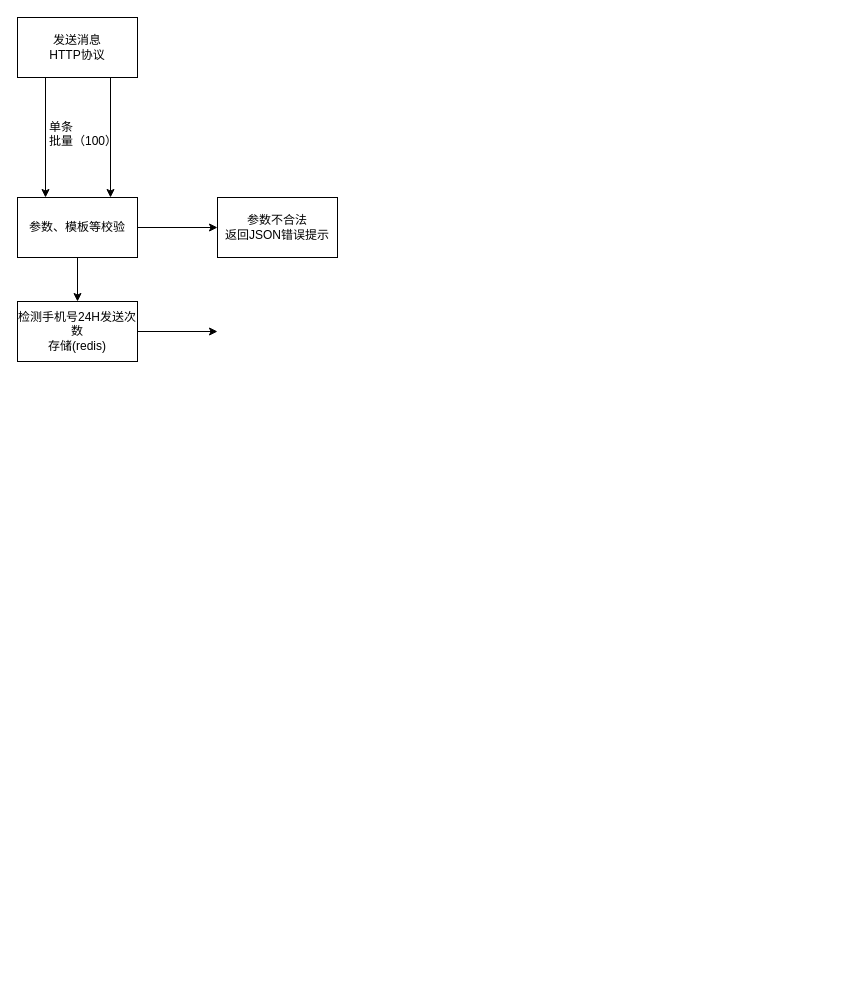
akun87/activity keeps this draw.io diagram as Untitled Diagram.drawio. Above is the earlier version. Source tidied: cells renumbered, new cells numbered last; positions are measured from the earlier drawing's top-left corner, leaving out a move shared by most shapes. Both pictures are drawn from the tidied source at 100%, with x=0, y=0 at pixel (17, 17).
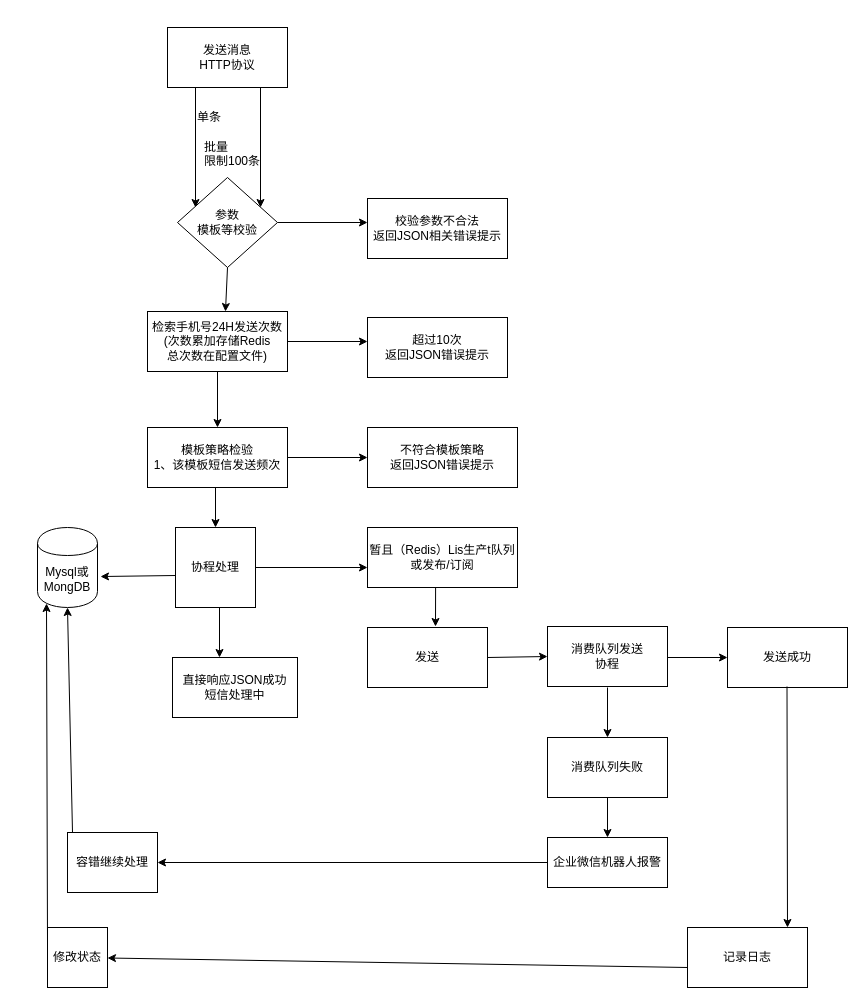
Above is the later version.

Change to the diagram source:
```diff
@@
     <mxCell id="2" value="&lt;div&gt;发送消息&lt;/div&gt;&lt;div&gt;HTTP协议&lt;/div&gt;" style="rounded=0;whiteSpace=wrap;html=1;" parent="1" vertex="1">
-      <mxGeometry width="120" height="60" as="geometry" />
+      <mxGeometry x="150" y="10" width="120" height="60" as="geometry" />
     </mxCell>
-    <mxCell id="3" style="edgeStyle=orthogonalEdgeStyle;rounded=0;jettySize=auto;html=1;" parent="1" edge="1" source="4" target="5">
-      <mxGeometry relative="1" as="geometry" />
-    </mxCell>
-    <mxCell id="4" value="参数、模板等校验" style="rounded=0;whiteSpace=wrap;html=1;" parent="1" vertex="1">
-      <mxGeometry y="180" width="120" height="60" as="geometry" />
-    </mxCell>
-    <mxCell id="5" value="&lt;div&gt;参数不合法&lt;/div&gt;&lt;div&gt; 返回JSON错误提示&lt;/div&gt;" style="rounded=0;whiteSpace=wrap;html=1;" parent="1" vertex="1">
-      <mxGeometry x="200" y="180" width="120" height="60" as="geometry" />
+    <mxCell id="5" value="&lt;div&gt;校验参数不合法&lt;/div&gt;&lt;div&gt; 返回JSON相关错误提示&lt;/div&gt;" style="rounded=0;whiteSpace=wrap;html=1;" parent="1" vertex="1">
+      <mxGeometry x="350" y="181" width="140" height="60" as="geometry" />
     </mxCell>
     <mxCell id="6" style="endArrow=classic;html=1;exitX=0.25;exitY=1;exitDx=0;exitDy=0;" parent="1" edge="1">
       <mxGeometry relative="1" as="geometry">
-        <mxPoint x="28" y="60" as="sourcePoint" />
-        <mxPoint x="28" y="180" as="targetPoint" />
+        <mxPoint x="178" y="70" as="sourcePoint" />
+        <mxPoint x="178" y="190" as="targetPoint" />
       </mxGeometry>
     </mxCell>
     <mxCell id="7" style="endArrow=classic;html=1;exitX=0.25;exitY=1;exitDx=0;exitDy=0;" parent="1" edge="1">
       <mxGeometry relative="1" as="geometry">
-        <mxPoint x="93" y="60" as="sourcePoint" />
-        <mxPoint x="93" y="180" as="targetPoint" />
+        <mxPoint x="243" y="70" as="sourcePoint" />
+        <mxPoint x="243" y="190" as="targetPoint" />
       </mxGeometry>
     </mxCell>
-    <mxCell id="8" value="&lt;div&gt;单条&lt;/div&gt;&lt;div&gt;批量（100）&lt;br&gt;&lt;/div&gt;" style="text;html=1;align=left;verticalAlign=top;spacingTop=-4;" parent="1" vertex="1">
-      <mxGeometry x="30" y="100" width="80" height="30" as="geometry" />
+    <mxCell id="8" value="&lt;div&gt;单条&lt;/div&gt;&lt;div&gt;&lt;br&gt;&lt;/div&gt;" style="text;html=1;align=left;verticalAlign=top;spacingTop=-4;" parent="1" vertex="1">
+      <mxGeometry x="178" y="90" width="40" height="30" as="geometry" />
     </mxCell>
-    <mxCell id="9" value="&lt;div&gt;检测手机号24H发送次数&lt;/div&gt;&lt;div&gt;存储(redis)&lt;br&gt;&lt;/div&gt;" style="rounded=0;whiteSpace=wrap;html=1;" parent="1" vertex="1">
-      <mxGeometry y="284" width="120" height="60" as="geometry" />
+    <mxCell id="9" value="&lt;div&gt;检索手机号24H发送次数&lt;/div&gt;&lt;div&gt;(次数累加存储Redis&lt;/div&gt;&lt;div&gt;总次数在配置文件)&lt;/div&gt;" style="rounded=0;whiteSpace=wrap;html=1;" parent="1" vertex="1">
+      <mxGeometry x="130" y="294" width="140" height="60" as="geometry" />
     </mxCell>
-    <mxCell id="10" style="endArrow=classic;html=1;exitX=0.5;exitY=1;exitDx=0;exitDy=0;" parent="1" edge="1" source="4" target="9">
-      <mxGeometry relative="1" as="geometry" />
-    </mxCell>
     <mxCell id="11" style="endArrow=classic;html=1;" parent="1" edge="1">
       <mxGeometry relative="1" as="geometry">
-        <mxPoint x="120" y="314" as="sourcePoint" />
-        <mxPoint x="200" y="314" as="targetPoint" />
+        <mxPoint x="270" y="324" as="sourcePoint" />
+        <mxPoint x="350" y="324" as="targetPoint" />
       </mxGeometry>
     </mxCell>
+    <mxCell id="12" value="&lt;div&gt;超过10次&lt;/div&gt;&lt;div&gt;返回JSON错误提示&lt;br&gt;&lt;/div&gt;" style="rounded=0;whiteSpace=wrap;html=1;" parent="1" vertex="1">
+      <mxGeometry x="350" y="300" width="140" height="60" as="geometry" />
+    </mxCell>
+    <mxCell id="13" style="edgeStyle=orthogonalEdgeStyle;rounded=0;jettySize=auto;html=1;entryX=0;entryY=0.4;entryDx=0;entryDy=0;entryPerimeter=0;" parent="1" edge="1" source="14" target="5">
+      <mxGeometry relative="1" as="geometry" />
+    </mxCell>
+    <mxCell id="14" value="&lt;div&gt;参数&lt;/div&gt;&lt;div&gt;模板等校验&lt;/div&gt;" style="rhombus;whiteSpace=wrap;html=1;" parent="1" vertex="1">
+      <mxGeometry x="160" y="160" width="100" height="90" as="geometry" />
+    </mxCell>
+    <mxCell id="15" value="&lt;div&gt;批量&lt;/div&gt;&lt;div&gt;限制100条&lt;/div&gt;" style="text;html=1;align=left;verticalAlign=top;spacingTop=-4;" parent="1" vertex="1">
+      <mxGeometry x="185" y="120" width="70" height="30" as="geometry" />
+    </mxCell>
+    <mxCell id="16" style="endArrow=classic;html=1;exitX=0.5;exitY=1;exitDx=0;exitDy=0;entryX=0.557;entryY=0;entryDx=0;entryDy=0;entryPerimeter=0;" parent="1" edge="1" source="14" target="9">
+      <mxGeometry relative="1" as="geometry" />
+    </mxCell>
+    <mxCell id="17" value="&lt;div&gt;模板策略检验&lt;/div&gt;&lt;div&gt;1、该模板短信发送频次&lt;br&gt;&lt;/div&gt;" style="rounded=0;whiteSpace=wrap;html=1;" parent="1" vertex="1">
+      <mxGeometry x="130" y="410" width="140" height="60" as="geometry" />
+    </mxCell>
+    <mxCell id="18" value="&lt;div&gt;不符合模板策略&lt;/div&gt;&lt;div&gt;返回JSON错误提示&lt;br&gt;&lt;/div&gt;" style="rounded=0;whiteSpace=wrap;html=1;" parent="1" vertex="1">
+      <mxGeometry x="350" y="410" width="150" height="60" as="geometry" />
+    </mxCell>
+    <mxCell id="19" style="endArrow=classic;html=1;entryX=0;entryY=0.5;entryDx=0;entryDy=0;" parent="1" edge="1" target="18">
+      <mxGeometry relative="1" as="geometry">
+        <mxPoint x="270" y="440" as="sourcePoint" />
+      </mxGeometry>
+    </mxCell>
+    <mxCell id="20" style="endArrow=classic;html=1;exitX=0.5;exitY=1;exitDx=0;exitDy=0;entryX=0.5;entryY=0;entryDx=0;entryDy=0;" parent="1" edge="1" source="9" target="17">
+      <mxGeometry relative="1" as="geometry" />
+    </mxCell>
+    <mxCell id="21" value="&lt;div&gt;暂且（Redis）Lis生产t队列&lt;/div&gt;&lt;div&gt;或发布/订阅&lt;br&gt;&lt;/div&gt;" style="rounded=0;whiteSpace=wrap;html=1;" parent="1" vertex="1">
+      <mxGeometry x="350" y="510" width="150" height="60" as="geometry" />
+    </mxCell>
+    <mxCell id="22" value="&lt;div&gt;协程处理&lt;/div&gt;" style="whiteSpace=wrap;html=1;" parent="1" vertex="1">
+      <mxGeometry x="158" y="510" width="80" height="80" as="geometry" />
+    </mxCell>
+    <mxCell id="23" value="&lt;div&gt;Mysql或&lt;/div&gt;&lt;div&gt;MongDB&lt;br&gt;&lt;/div&gt;" style="shape=cylinder;whiteSpace=wrap;html=1;boundedLbl=1;backgroundOutline=1;" parent="1" vertex="1">
+      <mxGeometry x="20" y="510" width="60" height="80" as="geometry" />
+    </mxCell>
+    <mxCell id="24" style="endArrow=classic;html=1;exitX=1;exitY=0.5;exitDx=0;exitDy=0;" parent="1" edge="1" source="22">
+      <mxGeometry relative="1" as="geometry">
+        <mxPoint x="350" y="550" as="targetPoint" />
+      </mxGeometry>
+    </mxCell>
+    <mxCell id="25" style="endArrow=classic;html=1;exitX=0;exitY=0.6;exitDx=0;exitDy=0;exitPerimeter=0;entryX=1.05;entryY=0.613;entryDx=0;entryDy=0;entryPerimeter=0;" parent="1" edge="1" source="22" target="23">
+      <mxGeometry relative="1" as="geometry" />
+    </mxCell>
+    <mxCell id="26" value="发送" style="rounded=0;whiteSpace=wrap;html=1;" parent="1" vertex="1">
+      <mxGeometry x="350" y="610" width="120" height="60" as="geometry" />
+    </mxCell>
+    <mxCell id="27" style="endArrow=classic;html=1;entryX=0.5;entryY=0;entryDx=0;entryDy=0;" parent="1" edge="1" target="22">
+      <mxGeometry relative="1" as="geometry">
+        <mxPoint x="198" y="470" as="sourcePoint" />
+      </mxGeometry>
+    </mxCell>
+    <mxCell id="28" style="endArrow=classic;html=1;entryX=0.567;entryY=0;entryDx=0;entryDy=0;entryPerimeter=0;exitX=0.454;exitY=1;exitDx=0;exitDy=0;exitPerimeter=0;" parent="1" edge="1" source="21">
+      <mxGeometry relative="1" as="geometry">
+        <mxPoint x="418" y="609" as="targetPoint" />
+      </mxGeometry>
+    </mxCell>
+    <mxCell id="29" value="&lt;div&gt;消费队列发送&lt;/div&gt;&lt;div&gt;协程&lt;br&gt;&lt;/div&gt;" style="rounded=0;whiteSpace=wrap;html=1;" parent="1" vertex="1">
+      <mxGeometry x="530" y="609" width="120" height="60" as="geometry" />
+    </mxCell>
+    <mxCell id="30" style="endArrow=classic;html=1;entryX=0;entryY=0.5;entryDx=0;entryDy=0;" parent="1" edge="1" target="29">
+      <mxGeometry relative="1" as="geometry">
+        <mxPoint x="470" y="640" as="sourcePoint" />
+      </mxGeometry>
+    </mxCell>
+    <mxCell id="31" value="&lt;div&gt;发送成功&lt;/div&gt;" style="rounded=0;whiteSpace=wrap;html=1;" parent="1" vertex="1">
+      <mxGeometry x="710" y="610" width="120" height="60" as="geometry" />
+    </mxCell>
+    <mxCell id="32" style="endArrow=classic;html=1;entryX=0;entryY=0.5;entryDx=0;entryDy=0;" parent="1" edge="1" target="31">
+      <mxGeometry relative="1" as="geometry">
+        <mxPoint x="650" y="640" as="sourcePoint" />
+      </mxGeometry>
+    </mxCell>
+    <mxCell id="33" value="消费队列失败" style="rounded=0;whiteSpace=wrap;html=1;" parent="1" vertex="1">
+      <mxGeometry x="530" y="720" width="120" height="60" as="geometry" />
+    </mxCell>
+    <mxCell id="34" style="endArrow=classic;html=1;entryX=0.5;entryY=0;entryDx=0;entryDy=0;" parent="1" edge="1" target="33">
+      <mxGeometry relative="1" as="geometry">
+        <mxPoint x="590" y="670" as="sourcePoint" />
+      </mxGeometry>
+    </mxCell>
+    <mxCell id="35" value="企业微信机器人报警" style="rounded=0;whiteSpace=wrap;html=1;" parent="1" vertex="1">
+      <mxGeometry x="530" y="820" width="120" height="50" as="geometry" />
+    </mxCell>
+    <mxCell id="36" value="&lt;div&gt;直接响应JSON成功&lt;/div&gt;&lt;div&gt;短信处理中&lt;br&gt;&lt;/div&gt;" style="rounded=0;whiteSpace=wrap;html=1;" parent="1" vertex="1">
+      <mxGeometry x="155" y="640" width="125" height="60" as="geometry" />
+    </mxCell>
+    <mxCell id="37" style="endArrow=classic;html=1;" parent="1" edge="1">
+      <mxGeometry relative="1" as="geometry">
+        <mxPoint x="202" y="590" as="sourcePoint" />
+        <mxPoint x="202" y="640" as="targetPoint" />
+      </mxGeometry>
+    </mxCell>
+    <mxCell id="38" style="endArrow=classic;html=1;" parent="1" edge="1" target="35">
+      <mxGeometry relative="1" as="geometry">
+        <mxPoint x="590" y="780" as="sourcePoint" />
+      </mxGeometry>
+    </mxCell>
+    <mxCell id="39" style="endArrow=classic;html=1;exitX=0;exitY=0.5;exitDx=0;exitDy=0;" parent="1" edge="1" source="35">
+      <mxGeometry relative="1" as="geometry">
+        <mxPoint x="140" y="845" as="targetPoint" />
+      </mxGeometry>
+    </mxCell>
+    <mxCell id="40" value="容错继续处理" style="rounded=0;whiteSpace=wrap;html=1;" parent="1" vertex="1">
+      <mxGeometry x="50" y="815" width="90" height="60" as="geometry" />
+    </mxCell>
+    <mxCell id="41" style="endArrow=classic;html=1;entryX=0.5;entryY=1;entryDx=0;entryDy=0;" parent="1" edge="1" target="23">
+      <mxGeometry relative="1" as="geometry">
+        <mxPoint x="55" y="815" as="sourcePoint" />
+      </mxGeometry>
+    </mxCell>
+    <mxCell id="42" style="endArrow=classic;html=1;" parent="1" edge="1">
+      <mxGeometry relative="1" as="geometry">
+        <mxPoint x="769.5" y="669" as="sourcePoint" />
+        <mxPoint x="770" y="910" as="targetPoint" />
+      </mxGeometry>
+    </mxCell>
+    <mxCell id="43" value="记录日志" style="rounded=0;whiteSpace=wrap;html=1;" parent="1" vertex="1">
+      <mxGeometry x="670" y="910" width="120" height="60" as="geometry" />
+    </mxCell>
+    <mxCell id="44" value="修改状态" style="whiteSpace=wrap;html=1;" parent="1" vertex="1">
+      <mxGeometry x="30" y="910" width="60" height="60" as="geometry" />
+    </mxCell>
+    <mxCell id="45" style="endArrow=classic;html=1;" parent="1" edge="1" target="44">
+      <mxGeometry relative="1" as="geometry">
+        <mxPoint x="670" y="950" as="sourcePoint" />
+      </mxGeometry>
+    </mxCell>
+    <mxCell id="46" style="endArrow=classic;html=1;entryX=0.15;entryY=0.95;entryDx=0;entryDy=0;entryPerimeter=0;exitX=0;exitY=0.25;exitDx=0;exitDy=0;" parent="1" edge="1" source="44" target="23">
+      <mxGeometry relative="1" as="geometry" />
+    </mxCell>
```
